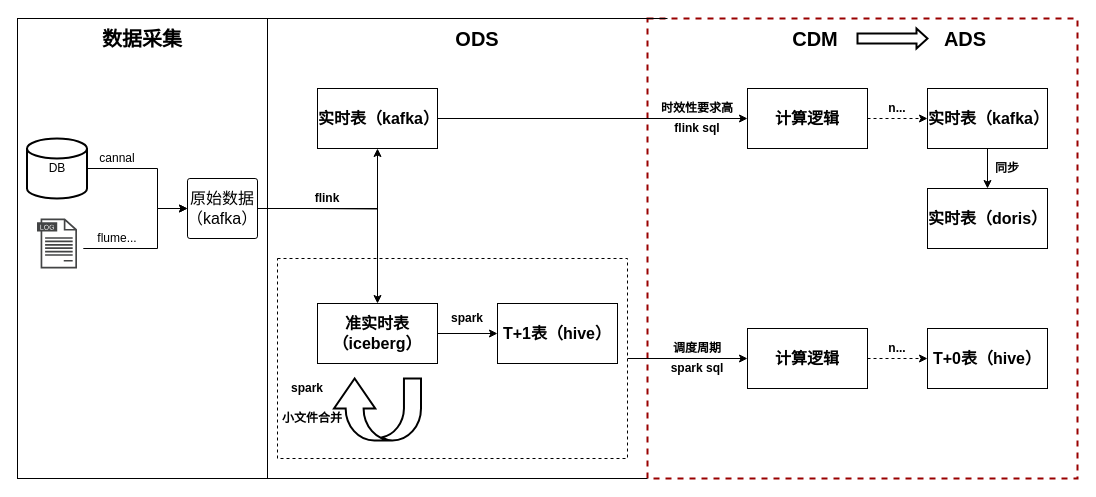
The draw.io diagram mt流批一体.drawio in mineminemine123/work-wiki, before the edit. Source tidied: cells renumbered, new cells numbered last; positions are measured from the earlier drawing's top-left corner, leaving out a move shared by most shapes. Both pictures are drawn from the tidied source at 100%, with x=0, y=0 at pixel (17, 18).
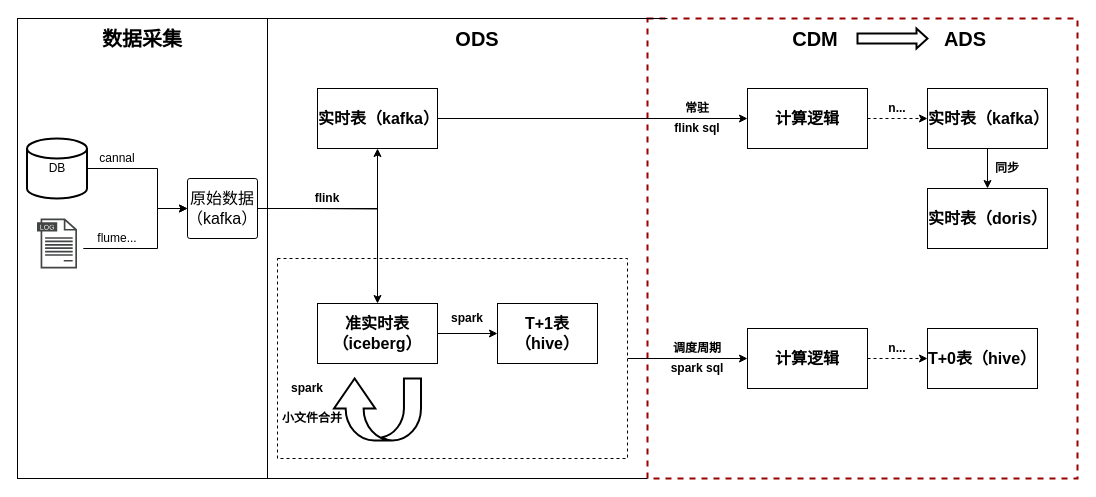
After the change.

Commit message:
更新mt流批一体.drawio

The edit, as a diff of the source:
```diff
@@
     <mxCell id="21" value="&lt;span style=&quot;font-size: 16px;&quot;&gt;T+1表（hive）&lt;/span&gt;" style="rounded=0;whiteSpace=wrap;html=1;fontStyle=1;fontFamily=微软雅黑;" parent="1" vertex="1">
-      <mxGeometry x="480" y="285" width="120" height="60" as="geometry" />
+      <mxGeometry x="480" y="285" width="100" height="60" as="geometry" />
     </mxCell>
@@
-    <mxCell id="30" value="&lt;b&gt;时效性要求高&lt;/b&gt;" style="text;html=1;strokeColor=none;fillColor=none;align=center;verticalAlign=middle;whiteSpace=wrap;rounded=0;fontFamily=微软雅黑;" parent="1" vertex="1">
+    <mxCell id="30" value="&lt;b&gt;常驻&lt;/b&gt;" style="text;html=1;strokeColor=none;fillColor=none;align=center;verticalAlign=middle;whiteSpace=wrap;rounded=0;fontFamily=微软雅黑;" parent="1" vertex="1">
       <mxGeometry x="640" y="80" width="80" height="20" as="geometry" />
     </mxCell>
@@
     <mxCell id="34" value="&lt;font style=&quot;font-size: 16px;&quot;&gt;T+0表（hive）&lt;/font&gt;" style="rounded=0;whiteSpace=wrap;html=1;fontStyle=1;fontFamily=微软雅黑;" parent="1" vertex="1">
-      <mxGeometry x="910" y="310" width="120" height="60" as="geometry" />
+      <mxGeometry x="910" y="310" width="110" height="60" as="geometry" />
     </mxCell>
```
